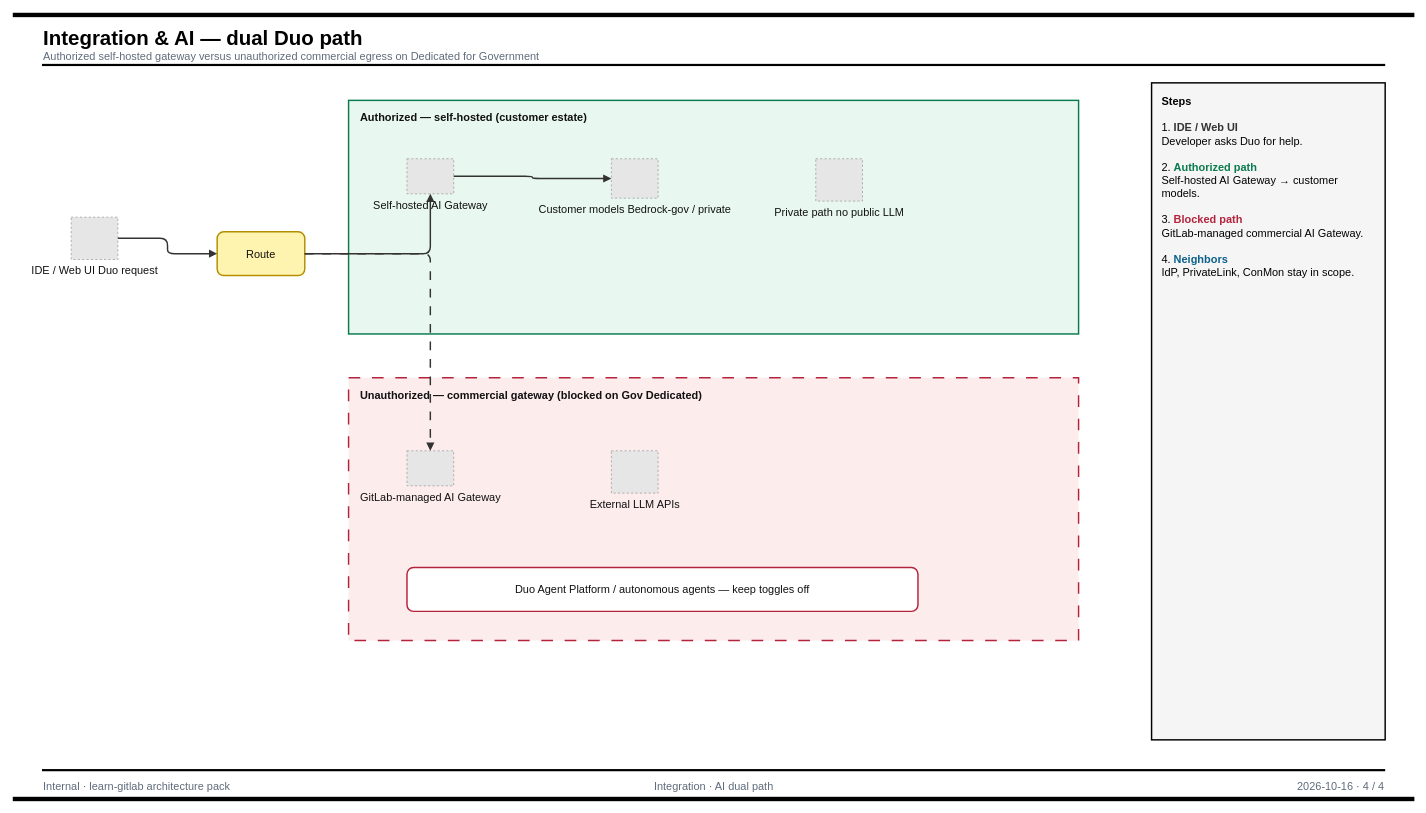
The draw.io diagram assets/diagrams/drawio/04-integration-ai.drawio in aaronmeis/learn-gitlab, before the edit. Source tidied: cells renumbered, new cells numbered last; positions are measured from the earlier drawing's top-left corner, leaving out a move shared by most shapes. Both pictures are drawn from the tidied source at 73%, with x=0, y=0 at pixel (12, 12). Pictures stored in the file or linked from it are replaced by grey dashed boxes.
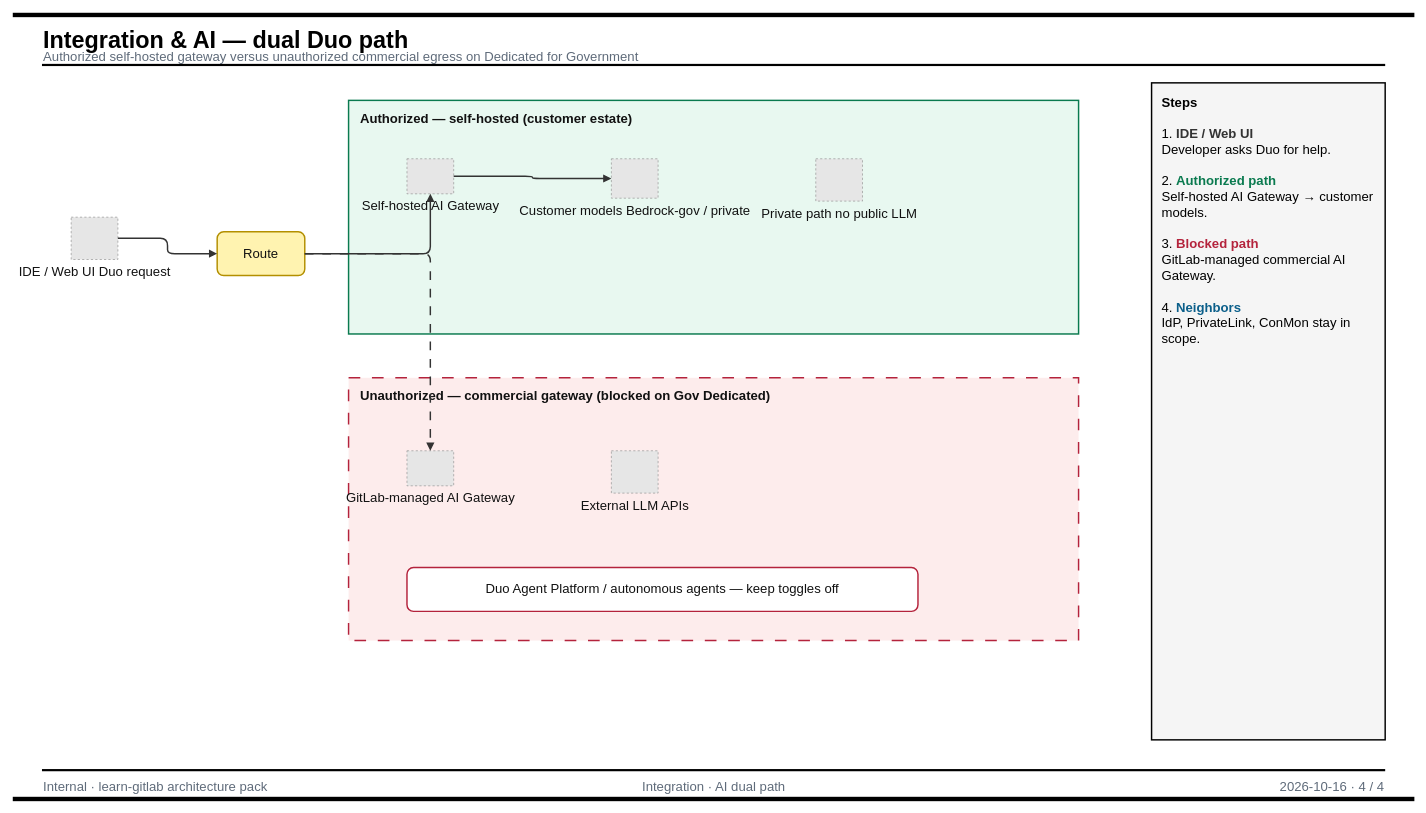
Above is the later version.

Commit message (it also covers changes not shown here):
feat: larger Draw.io diagram fonts for Architecture Views

The edit, as a diff of the source:
```diff
@@
-    <mxCell id="3" value="Integration &amp; AI — dual Duo path" style="text;html=1;strokeColor=none;fillColor=none;align=left;fontFamily=Helvetica;fontSize=28;fontStyle=1;fontColor=#000000;" parent="1" vertex="1">
-      <mxGeometry x="40" y="12" width="1500" height="32" as="geometry" />
+    <mxCell id="3" value="Integration &amp; AI — dual Duo path" style="text;html=1;strokeColor=none;fillColor=none;align=left;fontFamily=Helvetica;fontSize=32;fontStyle=1;fontColor=#000000;" parent="1" vertex="1">
+      <mxGeometry x="40" y="12" width="1500" height="38" as="geometry" />
     </mxCell>
-    <mxCell id="4" value="Authorized self-hosted gateway versus unauthorized commercial egress on Dedicated for Government" style="text;html=1;strokeColor=none;fillColor=none;align=left;fontFamily=Helvetica;fontSize=15;fontColor=#5F6B7A;" parent="1" vertex="1">
-      <mxGeometry x="40" y="44" width="1500" height="22" as="geometry" />
+    <mxCell id="4" value="Authorized self-hosted gateway versus unauthorized commercial egress on Dedicated for Government" style="text;html=1;strokeColor=none;fillColor=none;align=left;fontFamily=Helvetica;fontSize=18;fontColor=#5F6B7A;" parent="1" vertex="1">
+      <mxGeometry x="40" y="44" width="1500" height="26" as="geometry" />
     </mxCell>
@@
-    <mxCell id="7" value="Internal · learn-gitlab architecture pack" style="text;html=1;align=left;fontFamily=Helvetica;fontSize=15;fontColor=#5F6B7A;" parent="1" vertex="1">
-      <mxGeometry x="40" y="1044" width="560" height="22" as="geometry" />
+    <mxCell id="7" value="Internal · learn-gitlab architecture pack" style="text;html=1;align=left;fontFamily=Helvetica;fontSize=18;fontColor=#5F6B7A;" parent="1" vertex="1">
+      <mxGeometry x="40" y="1044" width="560" height="26" as="geometry" />
     </mxCell>
-    <mxCell id="8" value="Integration · AI dual path" style="text;html=1;align=center;fontFamily=Helvetica;fontSize=15;fontColor=#5F6B7A;" parent="1" vertex="1">
-      <mxGeometry x="620" y="1044" width="680" height="22" as="geometry" />
+    <mxCell id="8" value="Integration · AI dual path" style="text;html=1;align=center;fontFamily=Helvetica;fontSize=18;fontColor=#5F6B7A;" parent="1" vertex="1">
+      <mxGeometry x="620" y="1044" width="680" height="26" as="geometry" />
     </mxCell>
-    <mxCell id="9" value="2026-10-16  ·  4 / 4" style="text;html=1;align=right;fontFamily=Helvetica;fontSize=15;fontColor=#5F6B7A;" parent="1" vertex="1">
-      <mxGeometry x="1320" y="1044" width="560" height="22" as="geometry" />
+    <mxCell id="9" value="2026-10-16  ·  4 / 4" style="text;html=1;align=right;fontFamily=Helvetica;fontSize=18;fontColor=#5F6B7A;" parent="1" vertex="1">
+      <mxGeometry x="1320" y="1044" width="560" height="26" as="geometry" />
     </mxCell>
@@
-    <mxCell id="11" value="IDE / Web UI Duo request" style="fillColor=#E6E6E6;strokeColor=#999999;dashed=1;verticalLabelPosition=bottom;verticalAlign=top;html=1;align=center;labelBackgroundColor=none;fontFamily=Helvetica;fontSize=15;fontColor=#111111;" parent="1" vertex="1">
+    <mxCell id="11" value="IDE / Web UI Duo request" style="fillColor=#E6E6E6;strokeColor=#999999;dashed=1;verticalLabelPosition=bottom;verticalAlign=top;html=1;align=center;labelBackgroundColor=none;fontFamily=Helvetica;fontSize=18;fontColor=#111111;" parent="1" vertex="1">
       <mxGeometry x="80" y="280" width="64" height="58" as="geometry" />
     </mxCell>
-    <mxCell id="12" value="Route" style="rounded=1;whiteSpace=wrap;html=1;align=center;verticalAlign=middle;fillColor=#FFF3B0;strokeColor=#B38F00;strokeWidth=2;fontFamily=Helvetica;fontSize=15;fontColor=#111111;" parent="1" vertex="1">
+    <mxCell id="12" value="Route" style="rounded=1;whiteSpace=wrap;html=1;align=center;verticalAlign=middle;fillColor=#FFF3B0;strokeColor=#B38F00;strokeWidth=2;fontFamily=Helvetica;fontSize=18;fontColor=#111111;" parent="1" vertex="1">
       <mxGeometry x="280" y="300" width="120" height="60" as="geometry" />
     </mxCell>
-    <mxCell id="13" style="edgeStyle=orthogonalEdgeStyle;rounded=1;jettySize=auto;html=1;strokeColor=#333333;strokeWidth=2;fontFamily=Helvetica;fontSize=15;fontColor=#5F6B7A;endArrow=block;endFill=1;" parent="1" edge="1" source="11" target="12">
+    <mxCell id="13" style="edgeStyle=orthogonalEdgeStyle;rounded=1;jettySize=auto;html=1;strokeColor=#333333;strokeWidth=2;fontFamily=Helvetica;fontSize=18;fontColor=#5F6B7A;endArrow=block;endFill=1;" parent="1" edge="1" source="11" target="12">
       <mxGeometry relative="1" as="geometry" />
     </mxCell>
-    <mxCell id="14" value="Authorized — self-hosted (customer estate)" style="rounded=0;whiteSpace=wrap;html=1;align=left;verticalAlign=top;spacingLeft=14;spacingTop=8;fillColor=#E8F8F0;strokeColor=#0A7A4F;strokeWidth=2;fontFamily=Helvetica;fontSize=15;fontStyle=1;fontColor=#111111;" parent="1" vertex="1">
+    <mxCell id="14" value="Authorized — self-hosted (customer estate)" style="rounded=0;whiteSpace=wrap;html=1;align=left;verticalAlign=top;spacingLeft=14;spacingTop=8;fillColor=#E8F8F0;strokeColor=#0A7A4F;strokeWidth=2;fontFamily=Helvetica;fontSize=18;fontStyle=1;fontColor=#111111;" parent="1" vertex="1">
       <mxGeometry x="460" y="120" width="1000" height="320" as="geometry" />
     </mxCell>
-    <mxCell id="15" value="Self-hosted AI Gateway" style="fillColor=#E6E6E6;strokeColor=#999999;dashed=1;verticalLabelPosition=bottom;verticalAlign=top;html=1;align=center;labelBackgroundColor=none;fontFamily=Helvetica;fontSize=15;fontColor=#111111;" parent="1" vertex="1">
+    <mxCell id="15" value="Self-hosted AI Gateway" style="fillColor=#E6E6E6;strokeColor=#999999;dashed=1;verticalLabelPosition=bottom;verticalAlign=top;html=1;align=center;labelBackgroundColor=none;fontFamily=Helvetica;fontSize=18;fontColor=#111111;" parent="1" vertex="1">
       <mxGeometry x="540" y="200" width="64" height="48" as="geometry" />
     </mxCell>
-    <mxCell id="16" value="Customer models Bedrock-gov / private" style="fillColor=#E6E6E6;strokeColor=#999999;dashed=1;verticalLabelPosition=bottom;verticalAlign=top;html=1;align=center;labelBackgroundColor=none;fontFamily=Helvetica;fontSize=15;fontColor=#111111;" parent="1" vertex="1">
+    <mxCell id="16" value="Customer models Bedrock-gov / private" style="fillColor=#E6E6E6;strokeColor=#999999;dashed=1;verticalLabelPosition=bottom;verticalAlign=top;html=1;align=center;labelBackgroundColor=none;fontFamily=Helvetica;fontSize=18;fontColor=#111111;" parent="1" vertex="1">
       <mxGeometry x="820" y="200" width="64" height="54" as="geometry" />
     </mxCell>
-    <mxCell id="17" value="Private path no public LLM" style="fillColor=#E6E6E6;strokeColor=#999999;dashed=1;verticalLabelPosition=bottom;verticalAlign=top;html=1;align=center;labelBackgroundColor=none;fontFamily=Helvetica;fontSize=15;fontColor=#111111;" parent="1" vertex="1">
+    <mxCell id="17" value="Private path no public LLM" style="fillColor=#E6E6E6;strokeColor=#999999;dashed=1;verticalLabelPosition=bottom;verticalAlign=top;html=1;align=center;labelBackgroundColor=none;fontFamily=Helvetica;fontSize=18;fontColor=#111111;" parent="1" vertex="1">
       <mxGeometry x="1100" y="200" width="64" height="58" as="geometry" />
     </mxCell>
-    <mxCell id="18" style="edgeStyle=orthogonalEdgeStyle;rounded=1;jettySize=auto;html=1;strokeColor=#333333;strokeWidth=2;fontFamily=Helvetica;fontSize=15;fontColor=#5F6B7A;endArrow=block;endFill=1;" parent="1" edge="1" source="12" target="15">
+    <mxCell id="18" style="edgeStyle=orthogonalEdgeStyle;rounded=1;jettySize=auto;html=1;strokeColor=#333333;strokeWidth=2;fontFamily=Helvetica;fontSize=18;fontColor=#5F6B7A;endArrow=block;endFill=1;" parent="1" edge="1" source="12" target="15">
       <mxGeometry relative="1" as="geometry" />
     </mxCell>
-    <mxCell id="19" style="edgeStyle=orthogonalEdgeStyle;rounded=1;jettySize=auto;html=1;strokeColor=#333333;strokeWidth=2;fontFamily=Helvetica;fontSize=15;fontColor=#5F6B7A;endArrow=block;endFill=1;" parent="1" edge="1" source="15" target="16">
+    <mxCell id="19" style="edgeStyle=orthogonalEdgeStyle;rounded=1;jettySize=auto;html=1;strokeColor=#333333;strokeWidth=2;fontFamily=Helvetica;fontSize=18;fontColor=#5F6B7A;endArrow=block;endFill=1;" parent="1" edge="1" source="15" target="16">
       <mxGeometry relative="1" as="geometry" />
     </mxCell>
-    <mxCell id="20" value="Unauthorized — commercial gateway (blocked on Gov Dedicated)" style="rounded=0;whiteSpace=wrap;html=1;align=left;verticalAlign=top;spacingLeft=14;spacingTop=8;fillColor=#FDECEC;strokeColor=#B4233C;strokeWidth=2;dashed=1;dashPattern=8 8;fontFamily=Helvetica;fontSize=15;fontStyle=1;fontColor=#111111;" parent="1" vertex="1">
+    <mxCell id="20" value="Unauthorized — commercial gateway (blocked on Gov Dedicated)" style="rounded=0;whiteSpace=wrap;html=1;align=left;verticalAlign=top;spacingLeft=14;spacingTop=8;fillColor=#FDECEC;strokeColor=#B4233C;strokeWidth=2;dashed=1;dashPattern=8 8;fontFamily=Helvetica;fontSize=18;fontStyle=1;fontColor=#111111;" parent="1" vertex="1">
       <mxGeometry x="460" y="500" width="1000" height="360" as="geometry" />
     </mxCell>
-    <mxCell id="21" value="GitLab-managed AI Gateway" style="fillColor=#E6E6E6;strokeColor=#999999;dashed=1;verticalLabelPosition=bottom;verticalAlign=top;html=1;align=center;labelBackgroundColor=none;fontFamily=Helvetica;fontSize=15;fontColor=#111111;" parent="1" vertex="1">
+    <mxCell id="21" value="GitLab-managed AI Gateway" style="fillColor=#E6E6E6;strokeColor=#999999;dashed=1;verticalLabelPosition=bottom;verticalAlign=top;html=1;align=center;labelBackgroundColor=none;fontFamily=Helvetica;fontSize=18;fontColor=#111111;" parent="1" vertex="1">
       <mxGeometry x="540" y="600" width="64" height="48" as="geometry" />
     </mxCell>
-    <mxCell id="22" value="External LLM APIs" style="fillColor=#E6E6E6;strokeColor=#999999;dashed=1;verticalLabelPosition=bottom;verticalAlign=top;html=1;align=center;labelBackgroundColor=none;fontFamily=Helvetica;fontSize=15;fontColor=#111111;" parent="1" vertex="1">
+    <mxCell id="22" value="External LLM APIs" style="fillColor=#E6E6E6;strokeColor=#999999;dashed=1;verticalLabelPosition=bottom;verticalAlign=top;html=1;align=center;labelBackgroundColor=none;fontFamily=Helvetica;fontSize=18;fontColor=#111111;" parent="1" vertex="1">
       <mxGeometry x="820" y="600" width="64" height="58" as="geometry" />
     </mxCell>
-    <mxCell id="23" value="Duo Agent Platform / autonomous agents — keep toggles off" style="rounded=1;whiteSpace=wrap;html=1;align=center;verticalAlign=middle;fillColor=#FFFFFF;strokeColor=#B4233C;strokeWidth=2;fontFamily=Helvetica;fontSize=15;fontColor=#111111;" parent="1" vertex="1">
+    <mxCell id="23" value="Duo Agent Platform / autonomous agents — keep toggles off" style="rounded=1;whiteSpace=wrap;html=1;align=center;verticalAlign=middle;fillColor=#FFFFFF;strokeColor=#B4233C;strokeWidth=2;fontFamily=Helvetica;fontSize=18;fontColor=#111111;" parent="1" vertex="1">
       <mxGeometry x="540" y="760" width="700" height="60" as="geometry" />
     </mxCell>
-    <mxCell id="24" style="edgeStyle=orthogonalEdgeStyle;rounded=1;jettySize=auto;html=1;dashed=1;dashPattern=6 6;strokeColor=#333333;strokeWidth=2;fontFamily=Helvetica;fontSize=15;fontColor=#5F6B7A;endArrow=block;endFill=1;" parent="1" edge="1" source="12" target="21">
+    <mxCell id="24" style="edgeStyle=orthogonalEdgeStyle;rounded=1;jettySize=auto;html=1;dashed=1;dashPattern=6 6;strokeColor=#333333;strokeWidth=2;fontFamily=Helvetica;fontSize=18;fontColor=#5F6B7A;endArrow=block;endFill=1;" parent="1" edge="1" source="12" target="21">
       <mxGeometry relative="1" as="geometry" />
     </mxCell>
-    <mxCell id="25" value="&lt;b&gt;Steps&lt;/b&gt;&lt;br&gt;&lt;br&gt;1. &lt;b&gt;&lt;font color=&quot;#333333&quot;&gt;IDE / Web UI&lt;/font&gt;&lt;/b&gt;&lt;br&gt;Developer asks Duo for help.&lt;br&gt;&lt;br&gt;2. &lt;b&gt;&lt;font color=&quot;#0A7A4F&quot;&gt;Authorized path&lt;/font&gt;&lt;/b&gt;&lt;br&gt;Self-hosted AI Gateway → customer models.&lt;br&gt;&lt;br&gt;3. &lt;b&gt;&lt;font color=&quot;#B4233C&quot;&gt;Blocked path&lt;/font&gt;&lt;/b&gt;&lt;br&gt;GitLab-managed commercial AI Gateway.&lt;br&gt;&lt;br&gt;4. &lt;b&gt;&lt;font color=&quot;#0B5F8A&quot;&gt;Neighbors&lt;/font&gt;&lt;/b&gt;&lt;br&gt;IdP, PrivateLink, ConMon stay in scope." style="rounded=0;whiteSpace=wrap;html=1;align=left;verticalAlign=top;spacingLeft=12;spacingRight=12;spacingTop=10;spacingBottom=10;fillColor=#F5F5F5;strokeColor=#000000;strokeWidth=2;fontFamily=Helvetica;fontSize=15;" parent="1" vertex="1">
+    <mxCell id="25" value="&lt;b&gt;Steps&lt;/b&gt;&lt;br&gt;&lt;br&gt;1. &lt;b&gt;&lt;font color=&quot;#333333&quot;&gt;IDE / Web UI&lt;/font&gt;&lt;/b&gt;&lt;br&gt;Developer asks Duo for help.&lt;br&gt;&lt;br&gt;2. &lt;b&gt;&lt;font color=&quot;#0A7A4F&quot;&gt;Authorized path&lt;/font&gt;&lt;/b&gt;&lt;br&gt;Self-hosted AI Gateway → customer models.&lt;br&gt;&lt;br&gt;3. &lt;b&gt;&lt;font color=&quot;#B4233C&quot;&gt;Blocked path&lt;/font&gt;&lt;/b&gt;&lt;br&gt;GitLab-managed commercial AI Gateway.&lt;br&gt;&lt;br&gt;4. &lt;b&gt;&lt;font color=&quot;#0B5F8A&quot;&gt;Neighbors&lt;/font&gt;&lt;/b&gt;&lt;br&gt;IdP, PrivateLink, ConMon stay in scope." style="rounded=0;whiteSpace=wrap;html=1;align=left;verticalAlign=top;spacingLeft=12;spacingRight=12;spacingTop=10;spacingBottom=10;fillColor=#F5F5F5;strokeColor=#000000;strokeWidth=2;fontFamily=Helvetica;fontSize=18;" parent="1" vertex="1">
       <mxGeometry x="1560" y="96" width="320" height="900" as="geometry" />
     </mxCell>
```
